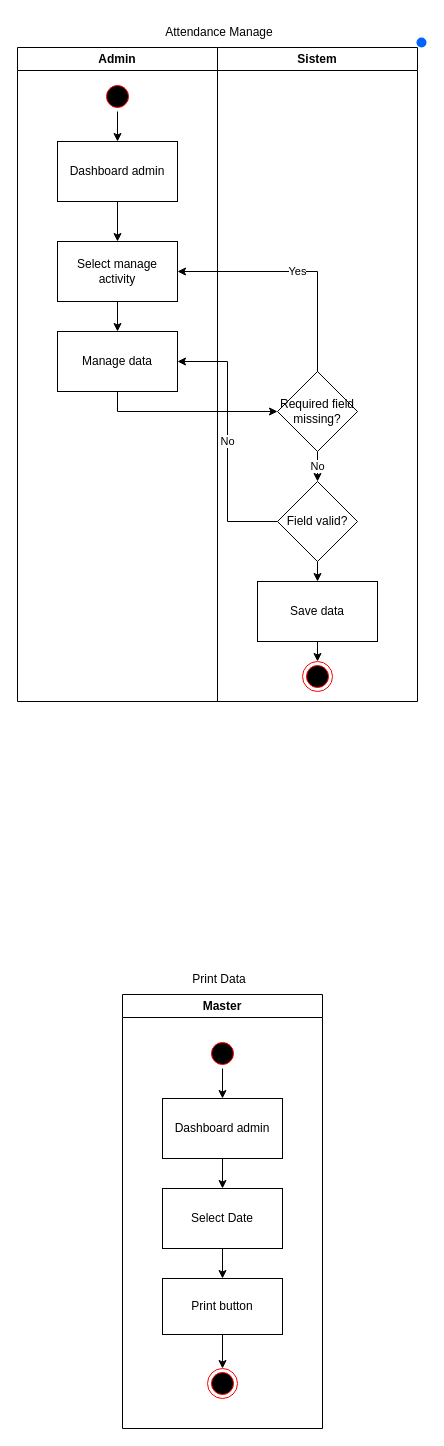
The draw.io diagram page "Admin" (1 of 4) of activityDiagram.drawio in dzikfr/aplikasi-absensi-baharkam-2024, before the edit. Source tidied: cells renumbered, new cells numbered last; positions are measured from the earlier drawing's top-left corner, leaving out a move shared by most shapes. Both pictures are drawn from the tidied source at 100%, with x=0, y=0 at pixel (17, 17).
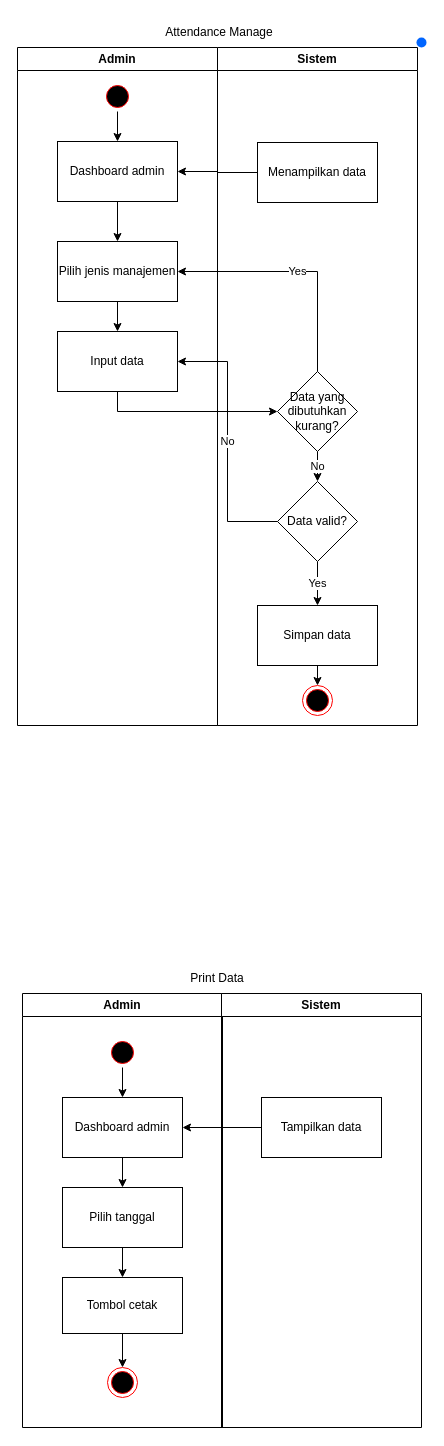
The same page after the edit.

The change refers to these unchanged cells:
```xml
<mxCell id="6" value="Dashboard admin" style="rounded=0;whiteSpace=wrap;html=1;" parent="3" vertex="1">
  <mxGeometry x="40" y="94" width="120" height="60" as="geometry" />
</mxCell>
<mxCell id="27" value="Dashboard admin" style="rounded=0;whiteSpace=wrap;html=1;" parent="23" vertex="1">
  <mxGeometry x="40" y="104" width="120" height="60" as="geometry" />
</mxCell>
```

The edit, as a diff of the source:
```diff
@@
     <mxCell id="3" value="Admin" style="swimlane;whiteSpace=wrap;html=1;startSize=23;" parent="1" vertex="1">
-      <mxGeometry y="30" width="200" height="654" as="geometry" />
+      <mxGeometry y="30" width="200" height="678" as="geometry" />
     </mxCell>
@@
-    <mxCell id="8" value="Select manage activity" style="rounded=0;whiteSpace=wrap;html=1;" parent="3" vertex="1">
+    <mxCell id="8" value="Pilih jenis manajemen" style="rounded=0;whiteSpace=wrap;html=1;" parent="3" vertex="1">
       <mxGeometry x="40" y="194" width="120" height="60" as="geometry" />
     </mxCell>
-    <mxCell id="9" value="Manage data" style="rounded=0;whiteSpace=wrap;html=1;" parent="3" vertex="1">
+    <mxCell id="9" value="Input data" style="rounded=0;whiteSpace=wrap;html=1;" parent="3" vertex="1">
       <mxGeometry x="40" y="284" width="120" height="60" as="geometry" />
     </mxCell>
@@
     <mxCell id="12" value="Sistem" style="swimlane;whiteSpace=wrap;html=1;startSize=23;" parent="1" vertex="1">
-      <mxGeometry x="200" y="30" width="200" height="654" as="geometry" />
+      <mxGeometry x="200" y="30" width="200" height="678" as="geometry" />
     </mxCell>
-    <mxCell id="13" value="Required field missing?" style="rhombus;whiteSpace=wrap;html=1;" parent="12" vertex="1">
+    <mxCell id="13" value="Data yang dibutuhkan kurang?" style="rhombus;whiteSpace=wrap;html=1;" parent="12" vertex="1">
       <mxGeometry x="60" y="324" width="80" height="80" as="geometry" />
     </mxCell>
-    <mxCell id="14" style="edgeStyle=orthogonalEdgeStyle;rounded=0;jettySize=auto;html=1;exitX=0.5;exitY=1;exitDx=0;exitDy=0;entryX=0.5;entryY=0;entryDx=0;entryDy=0;" parent="12" edge="1" source="15" target="18">
+    <mxCell id="14" value="Yes" style="edgeStyle=orthogonalEdgeStyle;rounded=0;jettySize=auto;html=1;exitX=0.5;exitY=1;exitDx=0;exitDy=0;entryX=0.5;entryY=0;entryDx=0;entryDy=0;" parent="12" edge="1" source="15" target="18">
       <mxGeometry relative="1" as="geometry" />
     </mxCell>
-    <mxCell id="15" value="Field valid?" style="rhombus;whiteSpace=wrap;html=1;" parent="12" vertex="1">
+    <mxCell id="15" value="Data valid?" style="rhombus;whiteSpace=wrap;html=1;" parent="12" vertex="1">
       <mxGeometry x="60" y="434" width="80" height="80" as="geometry" />
     </mxCell>
@@
-    <mxCell id="18" value="Save data" style="rounded=0;whiteSpace=wrap;html=1;" parent="12" vertex="1">
-      <mxGeometry x="40" y="534" width="120" height="60" as="geometry" />
+    <mxCell id="18" value="Simpan data" style="rounded=0;whiteSpace=wrap;html=1;" parent="12" vertex="1">
+      <mxGeometry x="40" y="558" width="120" height="60" as="geometry" />
     </mxCell>
     <mxCell id="19" style="ellipse;html=1;shape=endState;fillColor=#000000;strokeColor=#ff0000;" parent="12" vertex="1">
-      <mxGeometry x="85" y="614" width="30" height="30" as="geometry" />
+      <mxGeometry x="85" y="638" width="30" height="30" as="geometry" />
     </mxCell>
+    <mxCell id="35" value="Menampilkan data" style="rounded=0;whiteSpace=wrap;html=1;" parent="12" vertex="1">
+      <mxGeometry x="40" y="95" width="120" height="60" as="geometry" />
+    </mxCell>
@@
-    <mxCell id="23" value="Master" style="swimlane;whiteSpace=wrap;html=1;startSize=23;" parent="1" vertex="1">
-      <mxGeometry x="105" y="977" width="200" height="434" as="geometry" />
+    <mxCell id="23" value="Admin" style="swimlane;whiteSpace=wrap;html=1;startSize=23;" parent="1" vertex="1">
+      <mxGeometry x="5" y="976" width="200" height="434" as="geometry" />
     </mxCell>
@@
-    <mxCell id="29" value="Select Date" style="rounded=0;whiteSpace=wrap;html=1;" parent="23" vertex="1">
+    <mxCell id="29" value="Pilih tanggal" style="rounded=0;whiteSpace=wrap;html=1;" parent="23" vertex="1">
       <mxGeometry x="40" y="194" width="120" height="60" as="geometry" />
     </mxCell>
@@
-    <mxCell id="31" value="Print button" style="rounded=0;whiteSpace=wrap;html=1;" parent="23" vertex="1">
+    <mxCell id="31" value="Tombol cetak" style="rounded=0;whiteSpace=wrap;html=1;" parent="23" vertex="1">
       <mxGeometry x="40" y="284" width="120" height="56" as="geometry" />
     </mxCell>
@@
     <mxCell id="33" value="Print Data" style="text;html=1;align=center;verticalAlign=middle;whiteSpace=wrap;rounded=0;" parent="1" vertex="1">
-      <mxGeometry x="172" y="947" width="60" height="30" as="geometry" />
+      <mxGeometry x="170" y="946" width="60" height="30" as="geometry" />
     </mxCell>
@@
+    <mxCell id="36" style="edgeStyle=orthogonalEdgeStyle;rounded=0;jettySize=auto;html=1;exitX=0;exitY=0.5;exitDx=0;exitDy=0;entryX=1;entryY=0.5;entryDx=0;entryDy=0;" parent="1" edge="1" source="35" target="6">
+      <mxGeometry relative="1" as="geometry" />
+    </mxCell>
+    <mxCell id="37" value="Sistem" style="swimlane;whiteSpace=wrap;html=1;startSize=23;" parent="1" vertex="1">
+      <mxGeometry x="204" y="976" width="200" height="434" as="geometry" />
+    </mxCell>
+    <mxCell id="38" value="Tampilkan data" style="rounded=0;whiteSpace=wrap;html=1;" parent="37" vertex="1">
+      <mxGeometry x="40" y="104" width="120" height="60" as="geometry" />
+    </mxCell>
+    <mxCell id="39" style="edgeStyle=orthogonalEdgeStyle;rounded=0;jettySize=auto;html=1;exitX=0;exitY=0.5;exitDx=0;exitDy=0;entryX=1;entryY=0.5;entryDx=0;entryDy=0;" parent="1" edge="1" source="38" target="27">
+      <mxGeometry relative="1" as="geometry" />
+    </mxCell>
```
